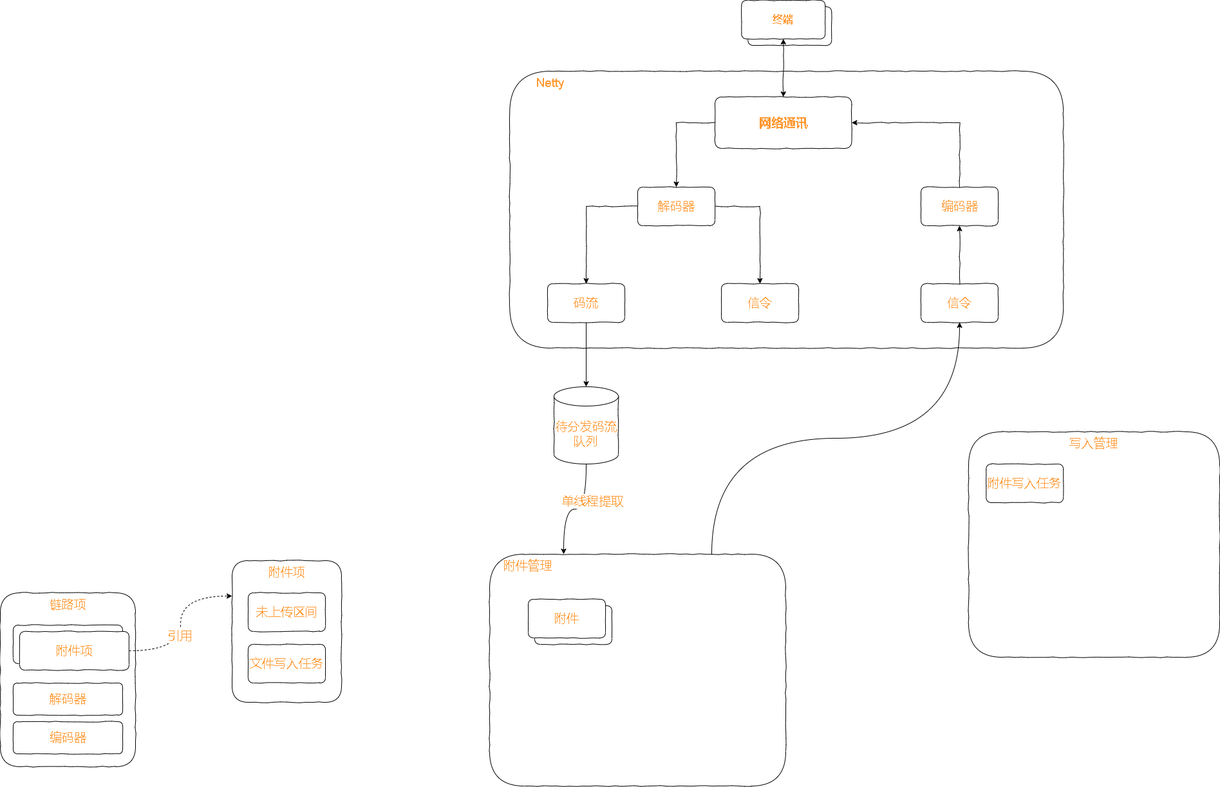
Before: test.drawio.png, a diagram exported from draw.io (xktder/draw). Source tidied: cells renumbered, new cells last; positions are measured from the earlier drawing's top-left corner, leaving out a move shared by most shapes.
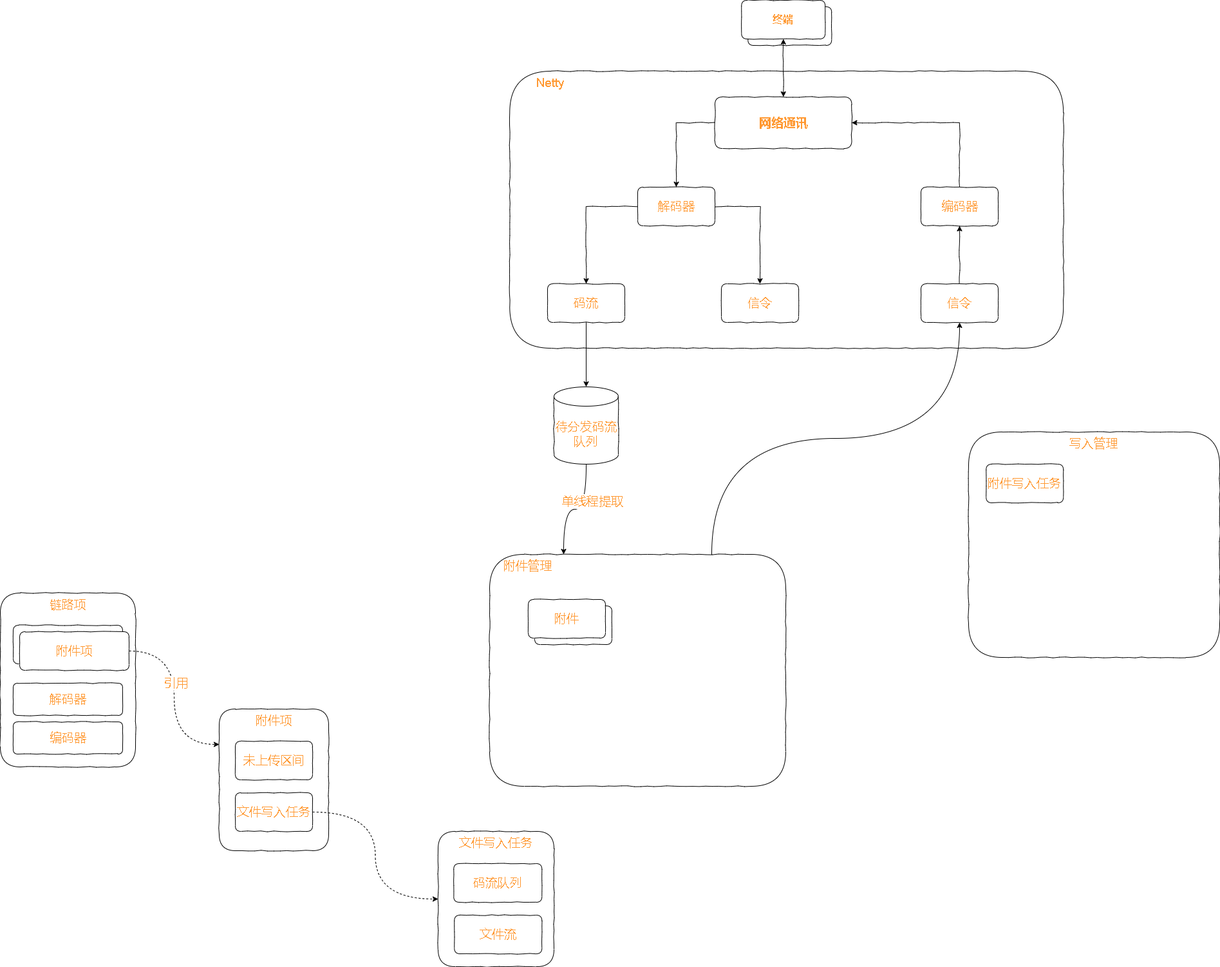
Above is the later version.

The edit, as a diff of the source:
```diff
@@ -84,7 +84,7 @@
       <mxGeometry x="860" y="600" width="100" height="120" as="geometry" />
     </mxCell>
     <mxCell id="29" style="group;" parent="1" vertex="1">
-      <mxGeometry x="360" y="870" width="170" height="220" as="geometry" />
+      <mxGeometry x="340" y="1100" width="170" height="220" as="geometry" />
     </mxCell>
     <mxCell id="30" value="附件项" style="rounded=1;whiteSpace=wrap;html=1;comic=1;fontSize=19;fontColor=#FF9933;strokeColor=default;gradientColor=none;verticalAlign=top;" parent="29" vertex="1">
       <mxGeometry width="170" height="220" as="geometry" />
@@ -122,5 +122,20 @@
     <mxCell id="41" value="引用" style="edgeLabel;html=1;align=center;verticalAlign=middle;fontSize=19;fontColor=#FF9933;" parent="40" vertex="1">
       <mxGeometry x="-0.16" y="2" relative="1" as="geometry" />
     </mxCell>
+    <mxCell id="42" style="group;" parent="1" vertex="1">
+      <mxGeometry x="680" y="1290" width="180" height="210" as="geometry" />
+    </mxCell>
+    <mxCell id="43" value="文件写入任务" style="rounded=1;whiteSpace=wrap;html=1;comic=1;fontSize=19;fontColor=#FF9933;strokeColor=default;gradientColor=none;verticalAlign=top;" parent="42" vertex="1">
+      <mxGeometry width="180" height="210" as="geometry" />
+    </mxCell>
+    <mxCell id="44" value="码流队列" style="rounded=1;whiteSpace=wrap;html=1;comic=1;fontSize=19;fontColor=#FF9933;strokeColor=default;gradientColor=none;" parent="42" vertex="1">
+      <mxGeometry x="24.2" y="50" width="137" height="60" as="geometry" />
+    </mxCell>
+    <mxCell id="45" value="文件流" style="rounded=1;whiteSpace=wrap;html=1;comic=1;fontSize=19;fontColor=#FF9933;strokeColor=default;gradientColor=none;" parent="42" vertex="1">
+      <mxGeometry x="25.2" y="130" width="136" height="60" as="geometry" />
+    </mxCell>
+    <mxCell id="46" style="edgeStyle=orthogonalEdgeStyle;curved=1;rounded=0;comic=0;jettySize=auto;html=1;exitX=1;exitY=0.5;exitDx=0;exitDy=0;entryX=0;entryY=0.5;entryDx=0;entryDy=0;dashed=1;fontSize=19;fontColor=#FF9933;startArrow=none;startFill=0;endArrow=classic;endFill=1;" parent="1" edge="1" source="32" target="43">
+      <mxGeometry relative="1" as="geometry" />
+    </mxCell>
   </root>
 </mxGraphModel>
```
